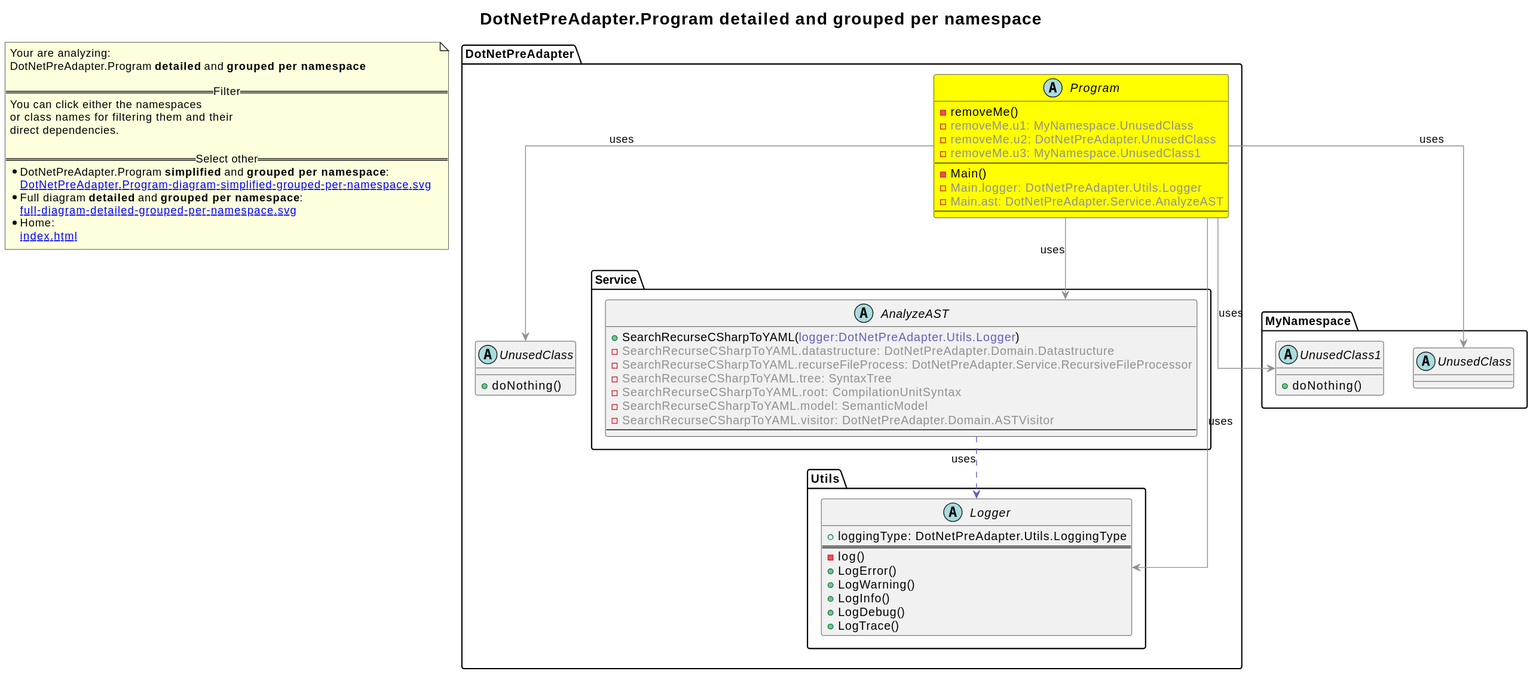
2BlackCoffees/revenger keeps this PlantUML diagram as revenger-csharp-adapter.out/DotNetPreAdapter.Program-diagram-detailed-grouped-per-namespace.svg. Above is the earlier version.
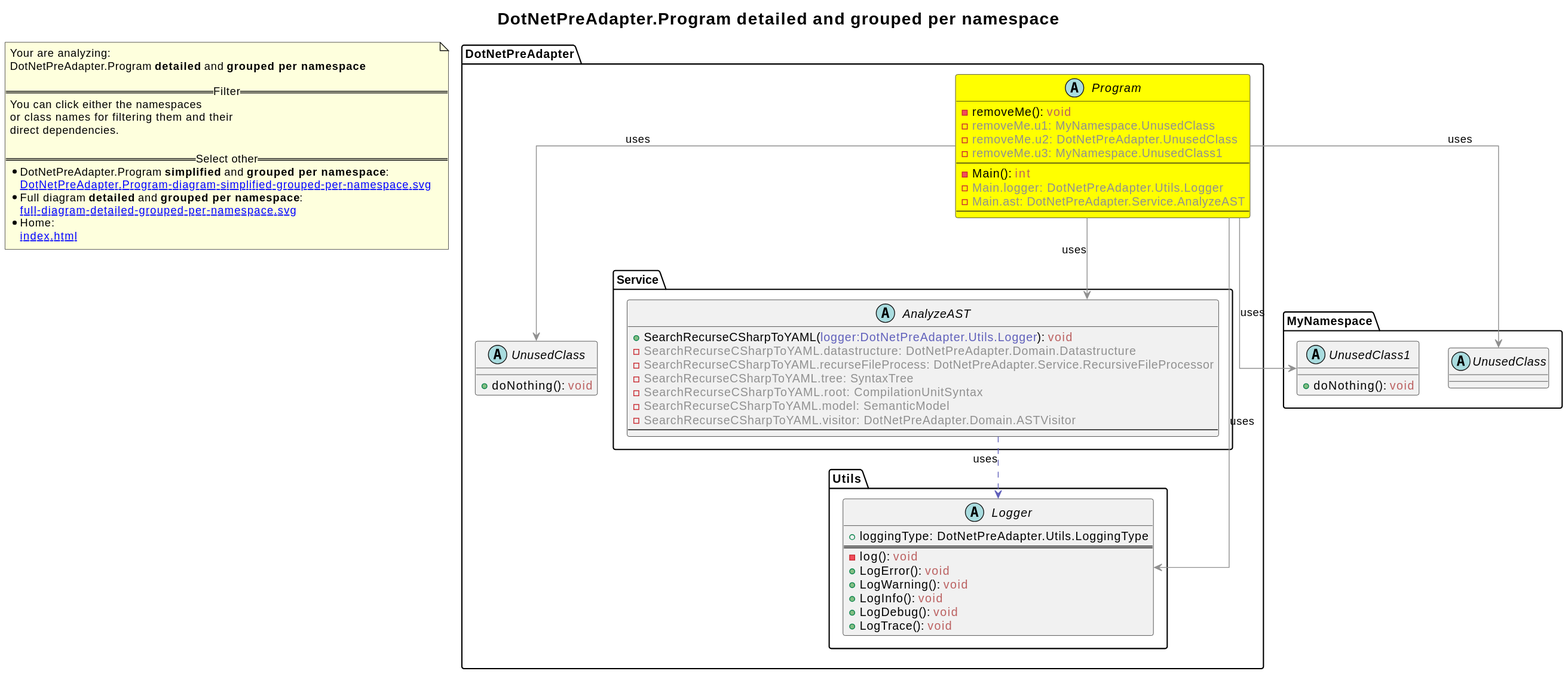
Later version of the same file.

Change to the diagram source:
```diff
@@ -4,24 +4,24 @@
 note "Your are analyzing:\nDotNetPreAdapter.Program **detailed** and **grouped per namespace**\n\n==Filter==\nYou can click either the namespaces \nor class names for filtering them and their\ndirect dependencies.\n\n==Select other==\n* DotNetPreAdapter.Program **simplified** and **grouped per namespace**:\n   [[DotNetPreAdapter.Program-diagram-simplified-grouped-per-namespace.svg]]\n* Full diagram **detailed** and **grouped per namespace**:\n   [[full-diagram-detailed-grouped-per-namespace.svg]]\n* Home:\n   [[index.html]]" as FloatingNote
 namespace DotNetPreAdapter [[DotNetPreAdapter-diagram-detailed-grouped-per-namespace.svg]] {
 abstract class DotNetPreAdapter.Program [[DotNetPreAdapter.Program-diagram-detailed-grouped-per-namespace.svg]] #yellow {
-  - removeMe(<font color="6060BB"></font>)
+  - removeMe(<font color="6060BB"></font>): <font color="BB6060">void</font>
   - <font color="909090">removeMe.u1: MyNamespace.UnusedClass</font>
   - <font color="909090">removeMe.u2: DotNetPreAdapter.UnusedClass</font>
   - <font color="909090">removeMe.u3: MyNamespace.UnusedClass1</font>
 --
-  - Main(<font color="6060BB"></font>)
+  - Main(<font color="6060BB"></font>): <font color="BB6060">int</font>
   - <font color="909090">Main.logger: DotNetPreAdapter.Utils.Logger</font>
   - <font color="909090">Main.ast: DotNetPreAdapter.Service.AnalyzeAST</font>
 --
 }
 abstract class DotNetPreAdapter.UnusedClass [[DotNetPreAdapter.UnusedClass-diagram-detailed-grouped-per-namespace.svg]]  {
-  + doNothing(<font color="6060BB"></font>)
+  + doNothing(<font color="6060BB"></font>): <font color="BB6060">void</font>
 }
 }
 namespace DotNetPreAdapter [[DotNetPreAdapter-diagram-detailed-grouped-per-namespace.svg]] {
 namespace DotNetPreAdapter.Service [[DotNetPreAdapter.Service-diagram-detailed-grouped-per-namespace.svg]] {
   abstract class DotNetPreAdapter.Service.AnalyzeAST [[DotNetPreAdapter.Service.AnalyzeAST-diagram-detailed-grouped-per-namespace.svg]]  {
-    + SearchRecurseCSharpToYAML(<font color="6060BB">logger:DotNetPreAdapter.Utils.Logger</font>)
+    + SearchRecurseCSharpToYAML(<font color="6060BB">logger:DotNetPreAdapter.Utils.Logger</font>): <font color="BB6060">void</font>
     - <font color="909090">SearchRecurseCSharpToYAML.datastructure: DotNetPreAdapter.Domain.Datastructure</font>
     - <font color="909090">SearchRecurseCSharpToYAML.recurseFileProcess: DotNetPreAdapter.Service.RecursiveFileProcessor</font>
     - <font color="909090">SearchRecurseCSharpToYAML.tree: SyntaxTree</font>
@@ -37,12 +37,12 @@
   abstract class DotNetPreAdapter.Utils.Logger [[DotNetPreAdapter.Utils.Logger-diagram-detailed-grouped-per-namespace.svg]]  {
     + loggingType: DotNetPreAdapter.Utils.LoggingType
 ==
-    - log(<font color="6060BB"></font>)
-    + LogError(<font color="6060BB"></font>)
-    + LogWarning(<font color="6060BB"></font>)
-    + LogInfo(<font color="6060BB"></font>)
-    + LogDebug(<font color="6060BB"></font>)
-    + LogTrace(<font color="6060BB"></font>)
+    - log(<font color="6060BB"></font>): <font color="BB6060">void</font>
+    + LogError(<font color="6060BB"></font>): <font color="BB6060">void</font>
+    + LogWarning(<font color="6060BB"></font>): <font color="BB6060">void</font>
+    + LogInfo(<font color="6060BB"></font>): <font color="BB6060">void</font>
+    + LogDebug(<font color="6060BB"></font>): <font color="BB6060">void</font>
+    + LogTrace(<font color="6060BB"></font>): <font color="BB6060">void</font>
   }
 }
 }
@@ -50,7 +50,7 @@
 abstract class MyNamespace.UnusedClass [[MyNamespace.UnusedClass-diagram-detailed-grouped-per-namespace.svg]]  {
 }
 abstract class MyNamespace.UnusedClass1 [[MyNamespace.UnusedClass1-diagram-detailed-grouped-per-namespace.svg]]  {
-  + doNothing(<font color="6060BB"></font>)
+  + doNothing(<font color="6060BB"></font>): <font color="BB6060">void</font>
 }
 }
 DotNetPreAdapter.Program -[#909090]-> MyNamespace.UnusedClass  : uses
```
